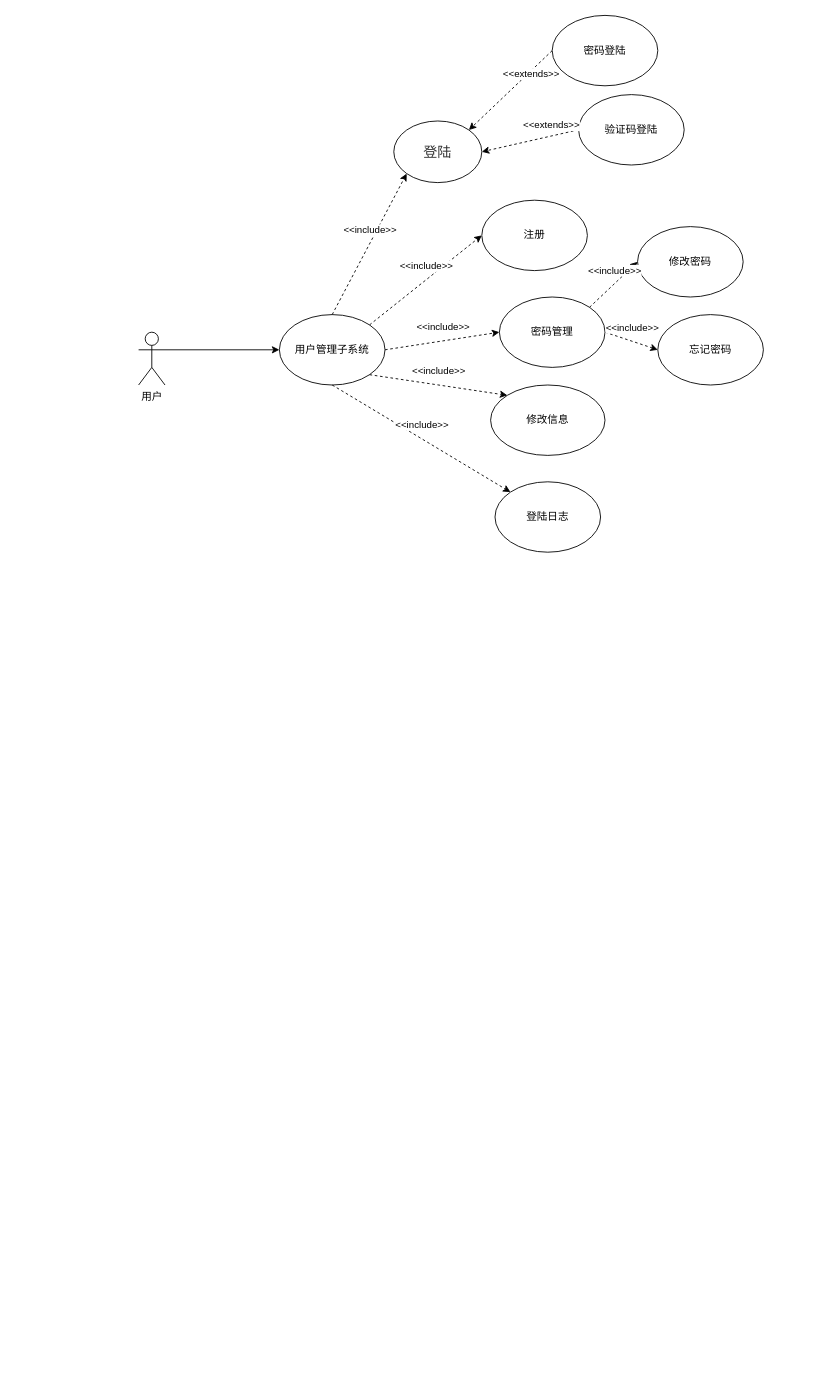
Before: 毕设/项目管理系统用例图.drawio in xiaoguokf/draw.io, a draw.io diagram. Source tidied: cells renumbered, new cells numbered last; positions are measured from the earlier drawing's top-left corner, leaving out a move shared by most shapes. Both pictures are drawn from the tidied source at 88%, with x=0, y=0 at pixel (138, 15).
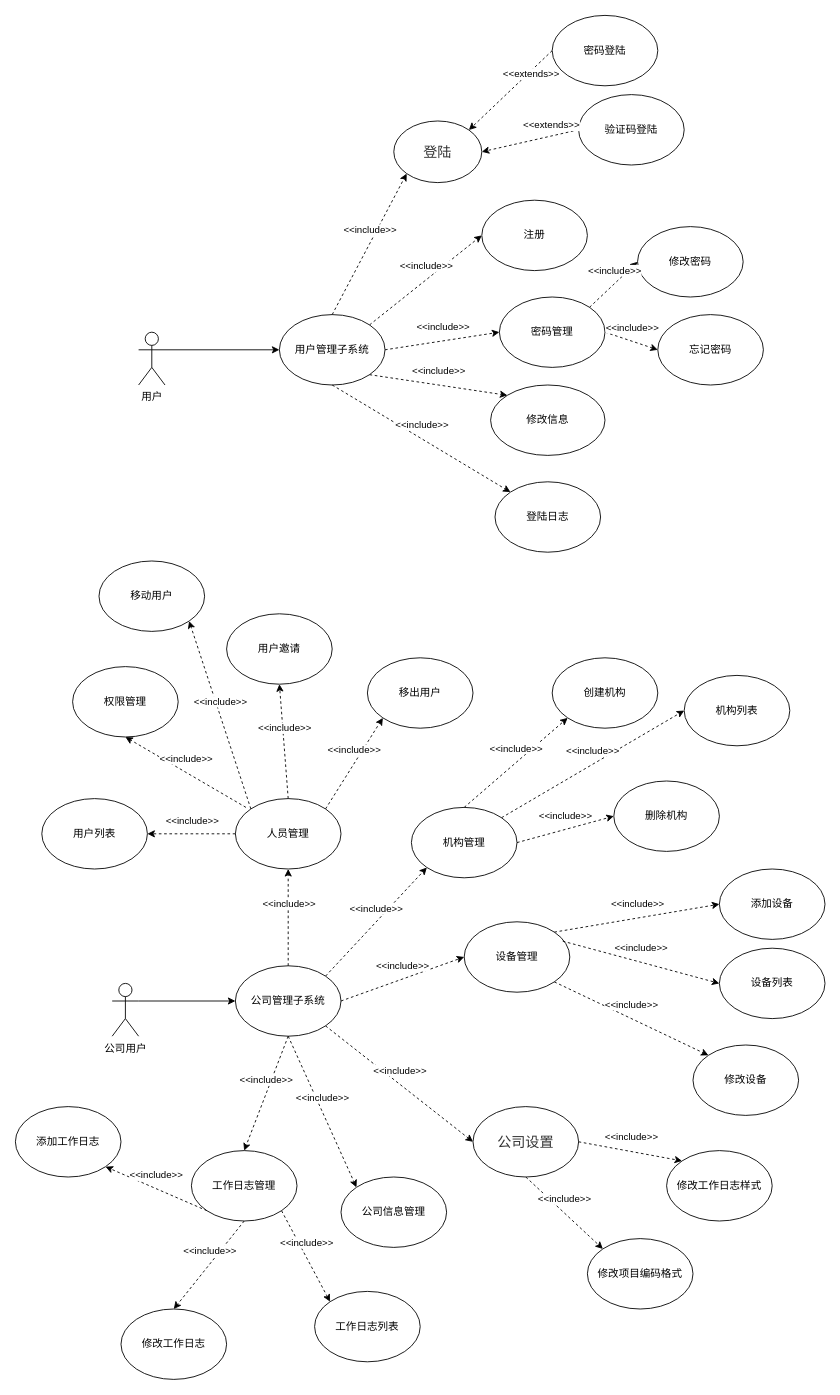
The same page after the edit.

Commit message (it also covers changes not shown here):
更新项目管理系统用例图.drawio

Change to the diagram source:
```diff
@@
+    <mxCell id="32" style="rounded=0;jettySize=auto;html=1;exitX=1;exitY=0.3333333333333333;exitDx=0;exitDy=0;exitPerimeter=0;entryX=0;entryY=0.5;entryDx=0;entryDy=0;" parent="1" edge="1" source="33" target="34">
+      <mxGeometry relative="1" as="geometry" />
+    </mxCell>
+    <mxCell id="33" value="公司用户" style="shape=umlActor;verticalLabelPosition=bottom;verticalAlign=top;html=1;outlineConnect=0;" parent="1" vertex="1">
+      <mxGeometry x="-30" y="1100" width="30" height="60" as="geometry" />
+    </mxCell>
+    <mxCell id="34" value="公司管理子系统" style="ellipse;whiteSpace=wrap;html=1;" parent="1" vertex="1">
+      <mxGeometry x="110" y="1080" width="120" height="80" as="geometry" />
+    </mxCell>
+    <mxCell id="35" value="人员管理" style="ellipse;whiteSpace=wrap;html=1;" parent="1" vertex="1">
+      <mxGeometry x="110" y="890" width="120" height="80" as="geometry" />
+    </mxCell>
+    <mxCell id="36" value="机构管理" style="ellipse;whiteSpace=wrap;html=1;" parent="1" vertex="1">
+      <mxGeometry x="310" y="900" width="120" height="80" as="geometry" />
+    </mxCell>
+    <mxCell id="37" value="设备管理" style="ellipse;whiteSpace=wrap;html=1;" parent="1" vertex="1">
+      <mxGeometry x="370" y="1030" width="120" height="80" as="geometry" />
+    </mxCell>
+    <mxCell id="38" value="&lt;span style=&quot;color: rgb(51, 51, 51); font-family: &amp;quot;Open Sans&amp;quot;, &amp;quot;Clear Sans&amp;quot;, &amp;quot;Helvetica Neue&amp;quot;, Helvetica, Arial, &amp;quot;Segoe UI Emoji&amp;quot;, sans-serif; font-size: 16px; orphans: 4; text-align: left; white-space-collapse: preserve; background-color: rgb(255, 255, 255);&quot;&gt;公司设置&lt;/span&gt;" style="ellipse;whiteSpace=wrap;html=1;" parent="1" vertex="1">
+      <mxGeometry x="380" y="1240" width="120" height="80" as="geometry" />
+    </mxCell>
+    <mxCell id="39" value="公司信息管理" style="ellipse;whiteSpace=wrap;html=1;" parent="1" vertex="1">
+      <mxGeometry x="230" y="1320" width="120" height="80" as="geometry" />
+    </mxCell>
+    <mxCell id="40" value="工作日志管理" style="ellipse;whiteSpace=wrap;html=1;" parent="1" vertex="1">
+      <mxGeometry x="60" y="1290" width="120" height="80" as="geometry" />
+    </mxCell>
+    <mxCell id="41" style="endArrow=classic;html=1;rounded=0;exitX=0.5;exitY=0;exitDx=0;exitDy=0;entryX=0.5;entryY=1;entryDx=0;entryDy=0;dashed=1;" parent="1" edge="1" source="34" target="35">
+      <mxGeometry relative="1" as="geometry" />
+    </mxCell>
+    <mxCell id="42" value="&amp;lt;&amp;lt;include&amp;gt;&amp;gt;" style="edgeLabel;html=1;align=center;verticalAlign=middle;" parent="41" vertex="1">
+      <mxGeometry relative="1" as="geometry">
+        <mxPoint y="-16" as="offset" />
+      </mxGeometry>
+    </mxCell>
+    <mxCell id="43" value="权限管理" style="ellipse;whiteSpace=wrap;html=1;" parent="1" vertex="1">
+      <mxGeometry x="-75" y="740" width="120" height="80" as="geometry" />
+    </mxCell>
+    <mxCell id="44" value="用户邀请" style="ellipse;whiteSpace=wrap;html=1;" parent="1" vertex="1">
+      <mxGeometry x="100" y="680" width="120" height="80" as="geometry" />
+    </mxCell>
+    <mxCell id="45" value="移出用户" style="ellipse;whiteSpace=wrap;html=1;" parent="1" vertex="1">
+      <mxGeometry x="260" y="730" width="120" height="80" as="geometry" />
+    </mxCell>
+    <mxCell id="46" style="endArrow=classic;html=1;rounded=0;exitX=0.1;exitY=0.125;exitDx=0;exitDy=0;entryX=0.5;entryY=1;entryDx=0;entryDy=0;dashed=1;exitPerimeter=0;" parent="1" edge="1" source="35" target="43">
+      <mxGeometry relative="1" as="geometry" />
+    </mxCell>
+    <mxCell id="47" value="&amp;lt;&amp;lt;include&amp;gt;&amp;gt;" style="edgeLabel;html=1;align=center;verticalAlign=middle;" parent="46" vertex="1">
+      <mxGeometry relative="1" as="geometry">
+        <mxPoint y="-16" as="offset" />
+      </mxGeometry>
+    </mxCell>
+    <mxCell id="48" style="endArrow=classic;html=1;rounded=0;exitX=0.5;exitY=0;exitDx=0;exitDy=0;entryX=0.5;entryY=1;entryDx=0;entryDy=0;dashed=1;" parent="1" edge="1" source="35" target="44">
+      <mxGeometry relative="1" as="geometry" />
+    </mxCell>
+    <mxCell id="49" value="&amp;lt;&amp;lt;include&amp;gt;&amp;gt;" style="edgeLabel;html=1;align=center;verticalAlign=middle;" parent="48" vertex="1">
+      <mxGeometry relative="1" as="geometry">
+        <mxPoint y="-16" as="offset" />
+      </mxGeometry>
+    </mxCell>
+    <mxCell id="50" style="endArrow=classic;html=1;rounded=0;exitX=1;exitY=0;exitDx=0;exitDy=0;entryX=0;entryY=1;entryDx=0;entryDy=0;dashed=1;" parent="1" edge="1" source="35" target="45">
+      <mxGeometry relative="1" as="geometry" />
+    </mxCell>
+    <mxCell id="51" value="&amp;lt;&amp;lt;include&amp;gt;&amp;gt;" style="edgeLabel;html=1;align=center;verticalAlign=middle;" parent="50" vertex="1">
+      <mxGeometry relative="1" as="geometry">
+        <mxPoint y="-16" as="offset" />
+      </mxGeometry>
+    </mxCell>
+    <mxCell id="52" style="endArrow=classic;html=1;rounded=0;exitX=1;exitY=0;exitDx=0;exitDy=0;entryX=0;entryY=1;entryDx=0;entryDy=0;dashed=1;" parent="1" edge="1" source="34" target="36">
+      <mxGeometry relative="1" as="geometry" />
+    </mxCell>
+    <mxCell id="53" value="&amp;lt;&amp;lt;include&amp;gt;&amp;gt;" style="edgeLabel;html=1;align=center;verticalAlign=middle;" parent="52" vertex="1">
+      <mxGeometry relative="1" as="geometry">
+        <mxPoint y="-16" as="offset" />
+      </mxGeometry>
+    </mxCell>
+    <mxCell id="54" style="endArrow=classic;html=1;rounded=0;exitX=1;exitY=0.5;exitDx=0;exitDy=0;entryX=0;entryY=0.5;entryDx=0;entryDy=0;dashed=1;" parent="1" edge="1" source="34" target="37">
+      <mxGeometry relative="1" as="geometry" />
+    </mxCell>
+    <mxCell id="55" value="&amp;lt;&amp;lt;include&amp;gt;&amp;gt;" style="edgeLabel;html=1;align=center;verticalAlign=middle;" parent="54" vertex="1">
+      <mxGeometry relative="1" as="geometry">
+        <mxPoint y="-16" as="offset" />
+      </mxGeometry>
+    </mxCell>
+    <mxCell id="56" style="endArrow=classic;html=1;rounded=0;exitX=1;exitY=1;exitDx=0;exitDy=0;entryX=0;entryY=0.5;entryDx=0;entryDy=0;dashed=1;" parent="1" edge="1" source="34" target="38">
+      <mxGeometry relative="1" as="geometry" />
+    </mxCell>
+    <mxCell id="57" value="&amp;lt;&amp;lt;include&amp;gt;&amp;gt;" style="edgeLabel;html=1;align=center;verticalAlign=middle;" parent="56" vertex="1">
+      <mxGeometry relative="1" as="geometry">
+        <mxPoint y="-16" as="offset" />
+      </mxGeometry>
+    </mxCell>
+    <mxCell id="58" style="endArrow=classic;html=1;rounded=0;exitX=0.5;exitY=1;exitDx=0;exitDy=0;entryX=0;entryY=0;entryDx=0;entryDy=0;dashed=1;" parent="1" edge="1" source="34" target="39">
+      <mxGeometry relative="1" as="geometry" />
+    </mxCell>
+    <mxCell id="59" value="&amp;lt;&amp;lt;include&amp;gt;&amp;gt;" style="edgeLabel;html=1;align=center;verticalAlign=middle;" parent="58" vertex="1">
+      <mxGeometry relative="1" as="geometry">
+        <mxPoint y="-16" as="offset" />
+      </mxGeometry>
+    </mxCell>
+    <mxCell id="60" style="endArrow=classic;html=1;rounded=0;exitX=0.5;exitY=1;exitDx=0;exitDy=0;entryX=0.5;entryY=0;entryDx=0;entryDy=0;dashed=1;" parent="1" edge="1" source="34" target="40">
+      <mxGeometry relative="1" as="geometry" />
+    </mxCell>
+    <mxCell id="61" value="&amp;lt;&amp;lt;include&amp;gt;&amp;gt;" style="edgeLabel;html=1;align=center;verticalAlign=middle;" parent="60" vertex="1">
+      <mxGeometry relative="1" as="geometry">
+        <mxPoint y="-16" as="offset" />
+      </mxGeometry>
+    </mxCell>
+    <mxCell id="62" value="添加工作日志" style="ellipse;whiteSpace=wrap;html=1;" parent="1" vertex="1">
+      <mxGeometry x="-140" y="1240" width="120" height="80" as="geometry" />
+    </mxCell>
+    <mxCell id="63" value="修改工作日志" style="ellipse;whiteSpace=wrap;html=1;" parent="1" vertex="1">
+      <mxGeometry x="-20" y="1470" width="120" height="80" as="geometry" />
+    </mxCell>
+    <mxCell id="64" style="endArrow=classic;html=1;rounded=0;exitX=0;exitY=1;exitDx=0;exitDy=0;entryX=1;entryY=1;entryDx=0;entryDy=0;dashed=1;" parent="1" edge="1" source="40" target="62">
+      <mxGeometry relative="1" as="geometry" />
+    </mxCell>
+    <mxCell id="65" value="&amp;lt;&amp;lt;include&amp;gt;&amp;gt;" style="edgeLabel;html=1;align=center;verticalAlign=middle;" parent="64" vertex="1">
+      <mxGeometry relative="1" as="geometry">
+        <mxPoint y="-16" as="offset" />
+      </mxGeometry>
+    </mxCell>
+    <mxCell id="66" style="endArrow=classic;html=1;rounded=0;exitX=0.5;exitY=1;exitDx=0;exitDy=0;entryX=0.5;entryY=0;entryDx=0;entryDy=0;dashed=1;" parent="1" edge="1" source="40" target="63">
+      <mxGeometry relative="1" as="geometry" />
+    </mxCell>
+    <mxCell id="67" value="&amp;lt;&amp;lt;include&amp;gt;&amp;gt;" style="edgeLabel;html=1;align=center;verticalAlign=middle;" parent="66" vertex="1">
+      <mxGeometry relative="1" as="geometry">
+        <mxPoint y="-16" as="offset" />
+      </mxGeometry>
+    </mxCell>
+    <mxCell id="68" style="endArrow=classic;html=1;rounded=0;exitX=0.5;exitY=0;exitDx=0;exitDy=0;dashed=1;entryX=0;entryY=1;entryDx=0;entryDy=0;" parent="1" edge="1" source="36" target="73">
+      <mxGeometry relative="1" as="geometry" />
+    </mxCell>
+    <mxCell id="69" value="&amp;lt;&amp;lt;include&amp;gt;&amp;gt;" style="edgeLabel;html=1;align=center;verticalAlign=middle;" parent="68" vertex="1">
+      <mxGeometry relative="1" as="geometry">
+        <mxPoint y="-16" as="offset" />
+      </mxGeometry>
+    </mxCell>
+    <mxCell id="70" value="移动用户" style="ellipse;whiteSpace=wrap;html=1;" parent="1" vertex="1">
+      <mxGeometry x="-45" y="620" width="120" height="80" as="geometry" />
+    </mxCell>
+    <mxCell id="71" style="endArrow=classic;html=1;rounded=0;exitX=0;exitY=0;exitDx=0;exitDy=0;entryX=1;entryY=1;entryDx=0;entryDy=0;dashed=1;" parent="1" edge="1" source="35" target="70">
+      <mxGeometry relative="1" as="geometry" />
+    </mxCell>
+    <mxCell id="72" value="&amp;lt;&amp;lt;include&amp;gt;&amp;gt;" style="edgeLabel;html=1;align=center;verticalAlign=middle;" parent="71" vertex="1">
+      <mxGeometry relative="1" as="geometry">
+        <mxPoint y="-16" as="offset" />
+      </mxGeometry>
+    </mxCell>
+    <mxCell id="73" value="创建机构" style="ellipse;whiteSpace=wrap;html=1;" parent="1" vertex="1">
+      <mxGeometry x="470" y="730" width="120" height="80" as="geometry" />
+    </mxCell>
+    <mxCell id="74" value="删除机构" style="ellipse;whiteSpace=wrap;html=1;" parent="1" vertex="1">
+      <mxGeometry x="540" y="870" width="120" height="80" as="geometry" />
+    </mxCell>
+    <mxCell id="75" style="endArrow=classic;html=1;rounded=0;exitX=1;exitY=0.5;exitDx=0;exitDy=0;dashed=1;entryX=0;entryY=0.5;entryDx=0;entryDy=0;" parent="1" edge="1" source="36" target="74">
+      <mxGeometry relative="1" as="geometry" />
+    </mxCell>
+    <mxCell id="76" value="&amp;lt;&amp;lt;include&amp;gt;&amp;gt;" style="edgeLabel;html=1;align=center;verticalAlign=middle;" parent="75" vertex="1">
+      <mxGeometry relative="1" as="geometry">
+        <mxPoint y="-16" as="offset" />
+      </mxGeometry>
+    </mxCell>
+    <mxCell id="77" value="添加设备" style="ellipse;whiteSpace=wrap;html=1;" parent="1" vertex="1">
+      <mxGeometry x="660" y="970" width="120" height="80" as="geometry" />
+    </mxCell>
+    <mxCell id="78" style="endArrow=classic;html=1;rounded=0;exitX=1;exitY=0;exitDx=0;exitDy=0;entryX=0;entryY=0.5;entryDx=0;entryDy=0;dashed=1;" parent="1" edge="1" source="37" target="77">
+      <mxGeometry relative="1" as="geometry" />
+    </mxCell>
+    <mxCell id="79" value="&amp;lt;&amp;lt;include&amp;gt;&amp;gt;" style="edgeLabel;html=1;align=center;verticalAlign=middle;" parent="78" vertex="1">
+      <mxGeometry relative="1" as="geometry">
+        <mxPoint y="-16" as="offset" />
+      </mxGeometry>
+    </mxCell>
+    <mxCell id="80" value="修改设备" style="ellipse;whiteSpace=wrap;html=1;" parent="1" vertex="1">
+      <mxGeometry x="630" y="1170" width="120" height="80" as="geometry" />
+    </mxCell>
+    <mxCell id="81" value="用户列表" style="ellipse;whiteSpace=wrap;html=1;" parent="1" vertex="1">
+      <mxGeometry x="-110" y="890" width="120" height="80" as="geometry" />
+    </mxCell>
+    <mxCell id="82" style="endArrow=classic;html=1;rounded=0;exitX=0;exitY=0.5;exitDx=0;exitDy=0;entryX=1;entryY=0.5;entryDx=0;entryDy=0;dashed=1;" parent="1" edge="1" source="35" target="81">
+      <mxGeometry relative="1" as="geometry" />
+    </mxCell>
+    <mxCell id="83" value="&amp;lt;&amp;lt;include&amp;gt;&amp;gt;" style="edgeLabel;html=1;align=center;verticalAlign=middle;" parent="82" vertex="1">
+      <mxGeometry relative="1" as="geometry">
+        <mxPoint y="-16" as="offset" />
+      </mxGeometry>
+    </mxCell>
+    <mxCell id="84" value="机构列表" style="ellipse;whiteSpace=wrap;html=1;" parent="1" vertex="1">
+      <mxGeometry x="620" y="750" width="120" height="80" as="geometry" />
+    </mxCell>
+    <mxCell id="85" style="endArrow=classic;html=1;rounded=0;exitX=1;exitY=0;exitDx=0;exitDy=0;dashed=1;entryX=0;entryY=0.5;entryDx=0;entryDy=0;" parent="1" edge="1" source="36" target="84">
+      <mxGeometry relative="1" as="geometry" />
+    </mxCell>
+    <mxCell id="86" value="&amp;lt;&amp;lt;include&amp;gt;&amp;gt;" style="edgeLabel;html=1;align=center;verticalAlign=middle;" parent="85" vertex="1">
+      <mxGeometry relative="1" as="geometry">
+        <mxPoint y="-16" as="offset" />
+      </mxGeometry>
+    </mxCell>
+    <mxCell id="87" value="设备列表" style="ellipse;whiteSpace=wrap;html=1;" parent="1" vertex="1">
+      <mxGeometry x="660" y="1060" width="120" height="80" as="geometry" />
+    </mxCell>
+    <mxCell id="88" style="endArrow=classic;html=1;rounded=0;exitX=1;exitY=0;exitDx=0;exitDy=0;entryX=0;entryY=0.5;entryDx=0;entryDy=0;dashed=1;" parent="1" edge="1" target="87">
+      <mxGeometry relative="1" as="geometry">
+        <mxPoint x="482" y="1052" as="sourcePoint" />
+      </mxGeometry>
+    </mxCell>
+    <mxCell id="89" value="&amp;lt;&amp;lt;include&amp;gt;&amp;gt;" style="edgeLabel;html=1;align=center;verticalAlign=middle;" parent="88" vertex="1">
+      <mxGeometry relative="1" as="geometry">
+        <mxPoint y="-16" as="offset" />
+      </mxGeometry>
+    </mxCell>
+    <mxCell id="90" style="endArrow=classic;html=1;rounded=0;exitX=1;exitY=1;exitDx=0;exitDy=0;entryX=0;entryY=0;entryDx=0;entryDy=0;dashed=1;" parent="1" edge="1" source="37" target="80">
+      <mxGeometry relative="1" as="geometry" />
+    </mxCell>
+    <mxCell id="91" value="&amp;lt;&amp;lt;include&amp;gt;&amp;gt;" style="edgeLabel;html=1;align=center;verticalAlign=middle;" parent="90" vertex="1">
+      <mxGeometry relative="1" as="geometry">
+        <mxPoint y="-16" as="offset" />
+      </mxGeometry>
+    </mxCell>
+    <mxCell id="92" value="修改工作日志样式" style="ellipse;whiteSpace=wrap;html=1;" parent="1" vertex="1">
+      <mxGeometry x="600" y="1290" width="120" height="80" as="geometry" />
+    </mxCell>
+    <mxCell id="93" value="工作日志列表" style="ellipse;whiteSpace=wrap;html=1;" parent="1" vertex="1">
+      <mxGeometry x="200" y="1450" width="120" height="80" as="geometry" />
+    </mxCell>
+    <mxCell id="94" style="endArrow=classic;html=1;rounded=0;exitX=1;exitY=1;exitDx=0;exitDy=0;entryX=0;entryY=0;entryDx=0;entryDy=0;dashed=1;" parent="1" edge="1" source="40" target="93">
+      <mxGeometry relative="1" as="geometry" />
+    </mxCell>
+    <mxCell id="95" value="&amp;lt;&amp;lt;include&amp;gt;&amp;gt;" style="edgeLabel;html=1;align=center;verticalAlign=middle;" parent="94" vertex="1">
+      <mxGeometry relative="1" as="geometry">
+        <mxPoint y="-16" as="offset" />
+      </mxGeometry>
+    </mxCell>
+    <mxCell id="96" style="endArrow=classic;html=1;rounded=0;exitX=1;exitY=0.5;exitDx=0;exitDy=0;entryX=0;entryY=0;entryDx=0;entryDy=0;dashed=1;" parent="1" edge="1" source="38" target="92">
+      <mxGeometry relative="1" as="geometry" />
+    </mxCell>
+    <mxCell id="97" value="&amp;lt;&amp;lt;include&amp;gt;&amp;gt;" style="edgeLabel;html=1;align=center;verticalAlign=middle;" parent="96" vertex="1">
+      <mxGeometry relative="1" as="geometry">
+        <mxPoint y="-16" as="offset" />
+      </mxGeometry>
+    </mxCell>
+    <mxCell id="98" value="修改项目编码格式" style="ellipse;whiteSpace=wrap;html=1;" parent="1" vertex="1">
+      <mxGeometry x="510" y="1390" width="120" height="80" as="geometry" />
+    </mxCell>
+    <mxCell id="99" style="endArrow=classic;html=1;rounded=0;exitX=0.5;exitY=1;exitDx=0;exitDy=0;entryX=0;entryY=0;entryDx=0;entryDy=0;dashed=1;" parent="1" edge="1" source="38" target="98">
+      <mxGeometry relative="1" as="geometry" />
+    </mxCell>
+    <mxCell id="100" value="&amp;lt;&amp;lt;include&amp;gt;&amp;gt;" style="edgeLabel;html=1;align=center;verticalAlign=middle;" parent="99" vertex="1">
+      <mxGeometry relative="1" as="geometry">
+        <mxPoint y="-16" as="offset" />
+      </mxGeometry>
+    </mxCell>
```
